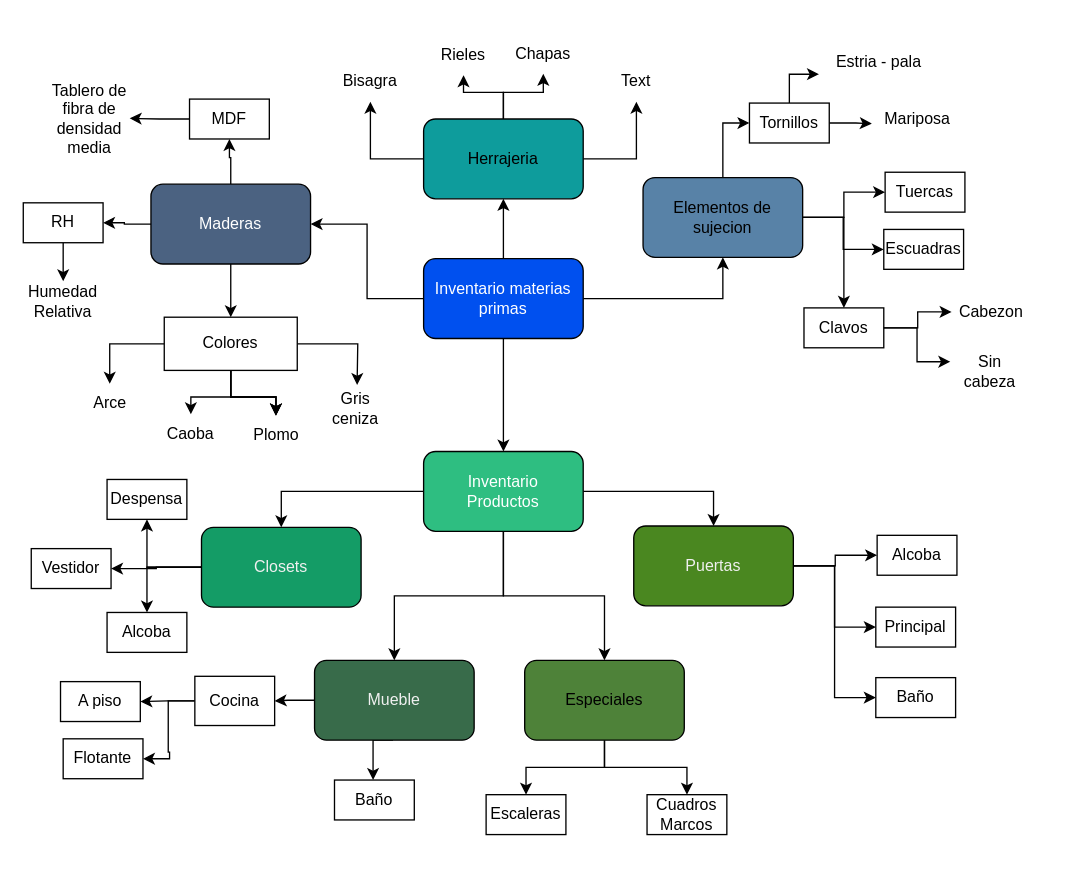
The draw.io diagram Diagrama sin título.drawio in DavidSteyr/diagramaProcesosTGS, before the edit. Source tidied: cells renumbered, new cells numbered last; positions are measured from the earlier drawing's top-left corner, leaving out a move shared by most shapes. Both pictures are drawn from the tidied source at 133%, with x=0, y=0 at pixel (23, 33).
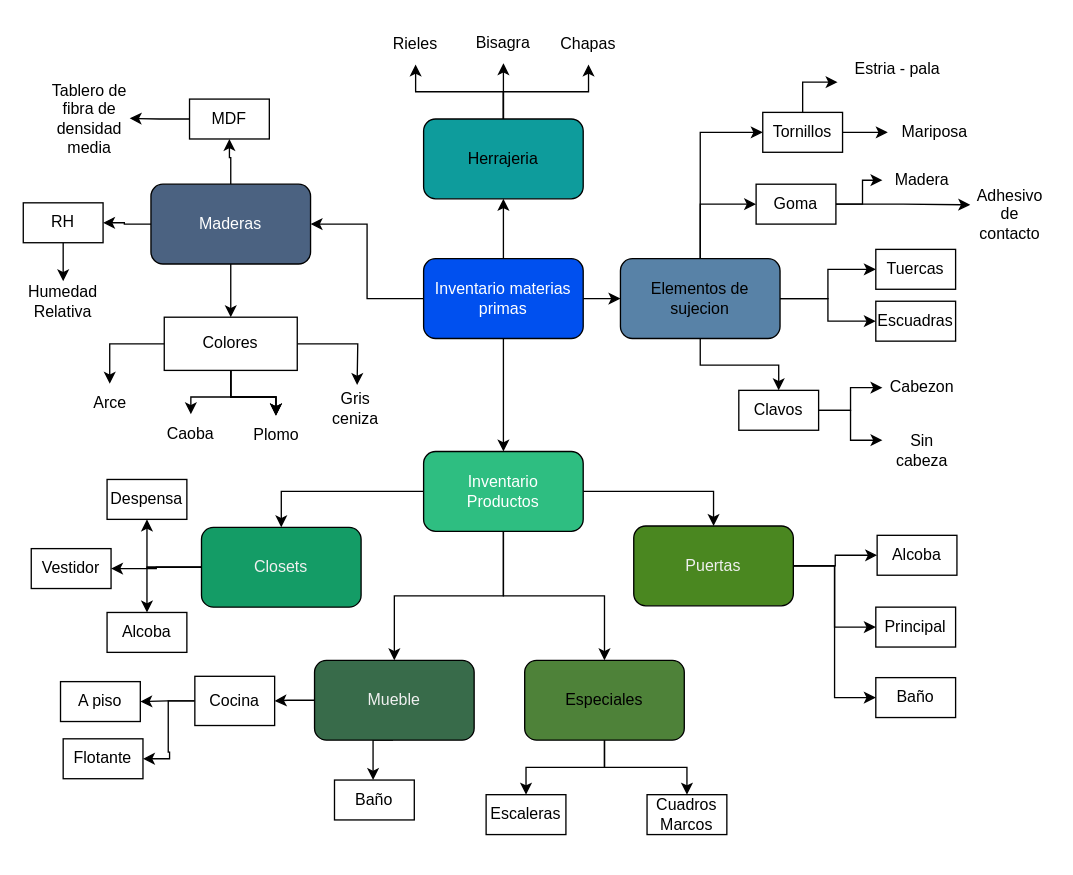
The same diagram, later.

Unchanged cells that the change refers to:
```xml
<mxCell id="21" value="Herrajeria" style="rounded=1;whiteSpace=wrap;html=1;fillColor=#0E9C9C;strokeColor=#000000;" parent="1" vertex="1">
  <mxGeometry x="301" y="64" width="120" height="60" as="geometry" />
</mxCell>
```

Diff of the diagram source:
```diff
@@
+    <mxCell id="87" style="edgeStyle=orthogonalEdgeStyle;rounded=0;jettySize=auto;html=1;entryX=0;entryY=0.5;entryDx=0;entryDy=0;" parent="1" edge="1" source="16" target="90">
+      <mxGeometry relative="1" as="geometry" />
+    </mxCell>
     <mxCell id="16" value="&lt;div&gt;Elementos de sujecion&lt;/div&gt;" style="rounded=1;whiteSpace=wrap;html=1;fillColor=#5882a7;strokeColor=#000000;" parent="1" vertex="1">
-      <mxGeometry x="466" y="108" width="120" height="60" as="geometry" />
+      <mxGeometry x="449" y="169" width="120" height="60" as="geometry" />
     </mxCell>
@@
-    <mxCell id="20" style="edgeStyle=orthogonalEdgeStyle;rounded=0;jettySize=auto;html=1;entryX=0.5;entryY=1;entryDx=0;entryDy=0;" parent="1" edge="1" source="21" target="59">
-      <mxGeometry relative="1" as="geometry" />
-    </mxCell>
@@
     <mxCell id="56" value="Rieles" style="text;html=1;strokeColor=none;fillColor=none;align=center;verticalAlign=middle;whiteSpace=wrap;rounded=0;" parent="1" vertex="1">
-      <mxGeometry x="301" y="1" width="60" height="30" as="geometry" />
+      <mxGeometry x="265" y="-7" width="60" height="30" as="geometry" />
     </mxCell>
     <mxCell id="57" value="Chapas" style="text;html=1;strokeColor=none;fillColor=none;align=center;verticalAlign=middle;whiteSpace=wrap;rounded=0;" parent="1" vertex="1">
-      <mxGeometry x="361" width="60" height="30" as="geometry" />
+      <mxGeometry x="395" y="-7" width="60" height="30" as="geometry" />
     </mxCell>
     <mxCell id="58" value="Bisagra" style="text;html=1;strokeColor=none;fillColor=none;align=center;verticalAlign=middle;whiteSpace=wrap;rounded=0;" parent="1" vertex="1">
-      <mxGeometry x="231" y="21" width="60" height="30" as="geometry" />
+      <mxGeometry x="331" y="-8" width="60" height="30" as="geometry" />
     </mxCell>
-    <mxCell id="59" value="Text" style="text;html=1;strokeColor=none;fillColor=none;align=center;verticalAlign=middle;whiteSpace=wrap;rounded=0;" parent="1" vertex="1">
-      <mxGeometry x="431" y="21" width="60" height="30" as="geometry" />
-    </mxCell>
+    <mxCell id="61" style="edgeStyle=orthogonalEdgeStyle;rounded=0;jettySize=auto;html=1;entryX=0.003;entryY=0.81;entryDx=0;entryDy=0;entryPerimeter=0;" parent="1" edge="1" source="62" target="68">
+      <mxGeometry relative="1" as="geometry" />
+    </mxCell>
-    <mxCell id="60" style="edgeStyle=orthogonalEdgeStyle;rounded=0;jettySize=auto;html=1;entryX=0.014;entryY=0.614;entryDx=0;entryDy=0;entryPerimeter=0;" parent="1" edge="1" source="62" target="83">
+    <mxCell id="60" style="edgeStyle=orthogonalEdgeStyle;rounded=0;jettySize=auto;html=1;" parent="1" edge="1" source="62" target="83">
       <mxGeometry relative="1" as="geometry" />
     </mxCell>
-    <mxCell id="61" style="edgeStyle=orthogonalEdgeStyle;rounded=0;jettySize=auto;html=1;entryX=0.003;entryY=0.81;entryDx=0;entryDy=0;entryPerimeter=0;" parent="1" edge="1" source="62" target="68">
-      <mxGeometry relative="1" as="geometry" />
-    </mxCell>
     <mxCell id="62" value="Tornillos" style="text;html=1;strokeColor=default;fillColor=default;align=center;verticalAlign=middle;whiteSpace=wrap;rounded=0;" parent="1" vertex="1">
-      <mxGeometry x="546" y="52" width="60" height="30" as="geometry" />
+      <mxGeometry x="556" y="59" width="60" height="30" as="geometry" />
     </mxCell>
     <mxCell id="63" value="&lt;div&gt;Tuercas&lt;br&gt;&lt;/div&gt;" style="text;html=1;strokeColor=default;fillColor=none;align=center;verticalAlign=middle;whiteSpace=wrap;rounded=0;" parent="1" vertex="1">
-      <mxGeometry x="648" y="104" width="60" height="30" as="geometry" />
+      <mxGeometry x="641" y="162" width="60" height="30" as="geometry" />
     </mxCell>
     <mxCell id="64" value="Escuadras" style="text;html=1;strokeColor=default;fillColor=none;align=center;verticalAlign=middle;whiteSpace=wrap;rounded=0;" parent="1" vertex="1">
-      <mxGeometry x="647" y="147" width="60" height="30" as="geometry" />
+      <mxGeometry x="641" y="201" width="60" height="30" as="geometry" />
     </mxCell>
@@
     <mxCell id="67" value="Clavos" style="text;html=1;strokeColor=default;fillColor=none;align=center;verticalAlign=middle;whiteSpace=wrap;rounded=0;" parent="1" vertex="1">
-      <mxGeometry x="587" y="206" width="60" height="30" as="geometry" />
+      <mxGeometry x="538" y="268" width="60" height="30" as="geometry" />
     </mxCell>
     <mxCell id="68" value="Estria - pala" style="text;html=1;align=center;verticalAlign=middle;points=[];strokeColor=none;fillColor=none;" parent="1" vertex="1">
-      <mxGeometry x="598" y="6" width="90" height="30" as="geometry" />
+      <mxGeometry x="612" y="12" width="90" height="30" as="geometry" />
     </mxCell>
@@
     <mxCell id="83" value="Mariposa" style="text;html=1;align=center;verticalAlign=middle;points=[];strokeColor=none;fillColor=none;" parent="1" vertex="1">
-      <mxGeometry x="637" y="49" width="70" height="30" as="geometry" />
+      <mxGeometry x="650" y="59" width="70" height="30" as="geometry" />
     </mxCell>
     <mxCell id="84" value="&lt;div&gt;Cabezon&lt;/div&gt;" style="text;html=1;strokeColor=none;fillColor=none;align=center;verticalAlign=middle;whiteSpace=wrap;rounded=0;" parent="1" vertex="1">
-      <mxGeometry x="698" y="194" width="60" height="30" as="geometry" />
+      <mxGeometry x="646" y="251" width="60" height="30" as="geometry" />
     </mxCell>
     <mxCell id="85" value="Sin cabeza" style="text;html=1;strokeColor=none;fillColor=none;align=center;verticalAlign=middle;whiteSpace=wrap;rounded=0;" parent="1" vertex="1">
-      <mxGeometry x="697" y="239" width="60" height="30" as="geometry" />
+      <mxGeometry x="646" y="298" width="60" height="30" as="geometry" />
     </mxCell>
@@
+    <mxCell id="88" style="edgeStyle=orthogonalEdgeStyle;rounded=0;jettySize=auto;html=1;entryX=0;entryY=0.25;entryDx=0;entryDy=0;" parent="1" edge="1" source="90" target="92">
+      <mxGeometry relative="1" as="geometry" />
+    </mxCell>
+    <mxCell id="89" style="edgeStyle=orthogonalEdgeStyle;rounded=0;jettySize=auto;html=1;entryX=0;entryY=0.5;entryDx=0;entryDy=0;" parent="1" edge="1" source="90" target="91">
+      <mxGeometry relative="1" as="geometry" />
+    </mxCell>
+    <mxCell id="90" value="&lt;div&gt;Goma&lt;/div&gt;" style="text;html=1;strokeColor=default;fillColor=default;align=center;verticalAlign=middle;whiteSpace=wrap;rounded=0;labelBackgroundColor=none;" parent="1" vertex="1">
+      <mxGeometry x="551" y="113" width="60" height="30" as="geometry" />
+    </mxCell>
+    <mxCell id="91" value="Madera" style="text;html=1;strokeColor=none;fillColor=none;align=center;verticalAlign=middle;whiteSpace=wrap;rounded=0;" parent="1" vertex="1">
+      <mxGeometry x="646" y="95" width="60" height="30" as="geometry" />
+    </mxCell>
+    <mxCell id="92" value="Adhesivo de contacto" style="text;html=1;strokeColor=none;fillColor=none;align=center;verticalAlign=middle;whiteSpace=wrap;rounded=0;" parent="1" vertex="1">
+      <mxGeometry x="712" y="121" width="60" height="30" as="geometry" />
+    </mxCell>
```
